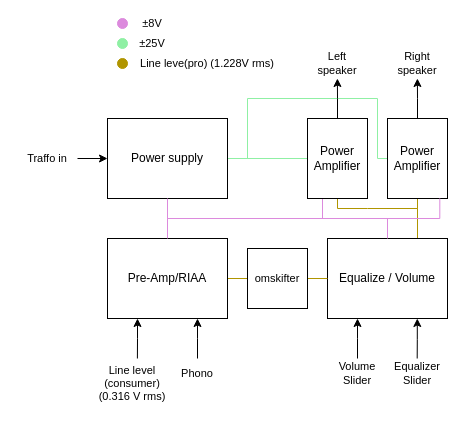
Niclasapdk/ESD4_project keeps this draw.io diagram as figures/integration/integration_system_drawing.drawio. Above is the earlier version. Source tidied: cells renumbered, new cells numbered last; positions are measured from the earlier drawing's top-left corner, leaving out a move shared by most shapes. Both pictures are drawn from the tidied source at 100%, with x=0, y=0 at pixel (17, 18).
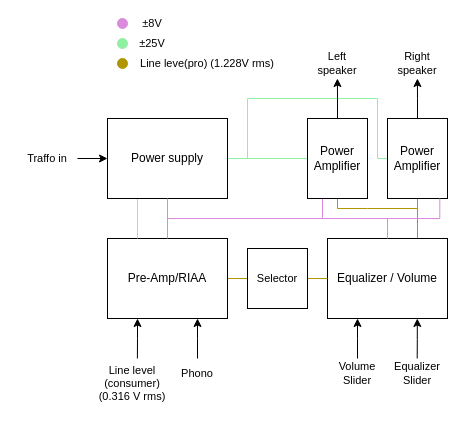
Above is the later version.

The change refers to these unchanged cells:
```xml
<mxCell id="5" value="Pre-Amp/RIAA" style="rounded=0;whiteSpace=wrap;html=1;" parent="1" vertex="1">
  <mxGeometry x="90" y="220" width="120" height="80" as="geometry" />
</mxCell>
<mxCell id="16" value="Power supply" style="rounded=0;whiteSpace=wrap;html=1;" parent="1" vertex="1">
  <mxGeometry x="90" y="100" width="120" height="80" as="geometry" />
</mxCell>
```

What changed in the source:
```diff
@@
-    <mxCell id="9" value="Equalize / Volume" style="rounded=0;whiteSpace=wrap;html=1;" parent="1" vertex="1">
+    <mxCell id="9" value="Equalizer / Volume" style="rounded=0;whiteSpace=wrap;html=1;" parent="1" vertex="1">
       <mxGeometry x="310" y="220" width="120" height="80" as="geometry" />
     </mxCell>
@@
+    <mxCell id="38" style="edgeStyle=orthogonalEdgeStyle;rounded=0;jettySize=auto;html=1;exitX=0.25;exitY=1;exitDx=0;exitDy=0;entryX=0.25;entryY=0;entryDx=0;entryDy=0;endArrow=none;endFill=0;strokeColor=#8ff0a4;" parent="1" edge="1" source="16" target="5">
+      <mxGeometry relative="1" as="geometry" />
+    </mxCell>
@@
-    <mxCell id="29" value="omskifter" style="rounded=0;whiteSpace=wrap;html=1;fontFamily=Helvetica;fontSize=11;fontColor=default;labelBackgroundColor=default;" parent="1" vertex="1">
+    <mxCell id="29" value="Selector" style="rounded=0;whiteSpace=wrap;html=1;fontFamily=Helvetica;fontSize=11;fontColor=default;labelBackgroundColor=default;" parent="1" vertex="1">
       <mxGeometry x="230" y="230" width="60" height="60" as="geometry" />
     </mxCell>
```
